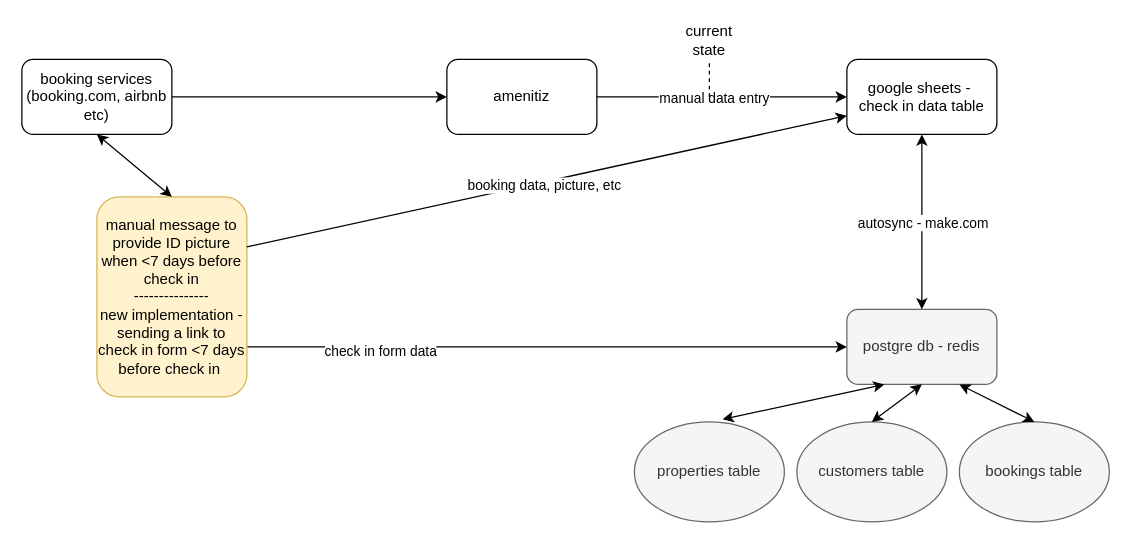
winklerjan/winklerjan keeps this draw.io diagram as Untitled Diagram.drawio. Above is the earlier version. Source tidied: cells renumbered, new cells numbered last; positions are measured from the earlier drawing's top-left corner, leaving out a move shared by most shapes. Both pictures are drawn from the tidied source at 125%, with x=0, y=0 at pixel (21, 21).
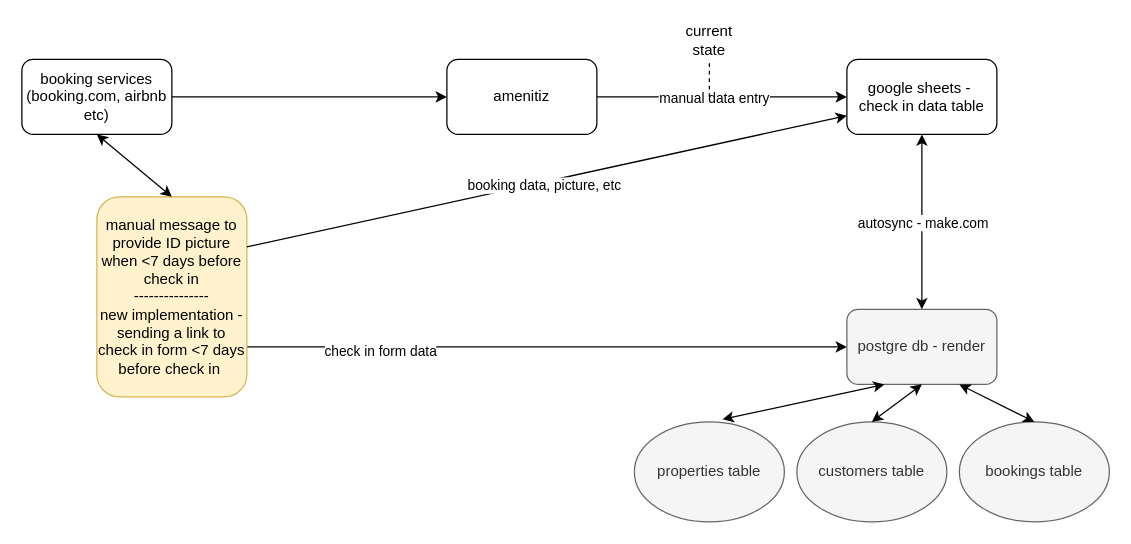
The same page after the edit.

The edit, as a diff of the source:
```diff
@@
-    <mxCell id="14" value="postgre db - redis" style="rounded=1;whiteSpace=wrap;html=1;fillColor=#f5f5f5;fontColor=#333333;strokeColor=#666666;" parent="1" vertex="1">
+    <mxCell id="14" value="postgre db - render" style="rounded=1;whiteSpace=wrap;html=1;fillColor=#f5f5f5;fontColor=#333333;strokeColor=#666666;" parent="1" vertex="1">
       <mxGeometry x="660" y="230" width="120" height="60" as="geometry" />
     </mxCell>
```
